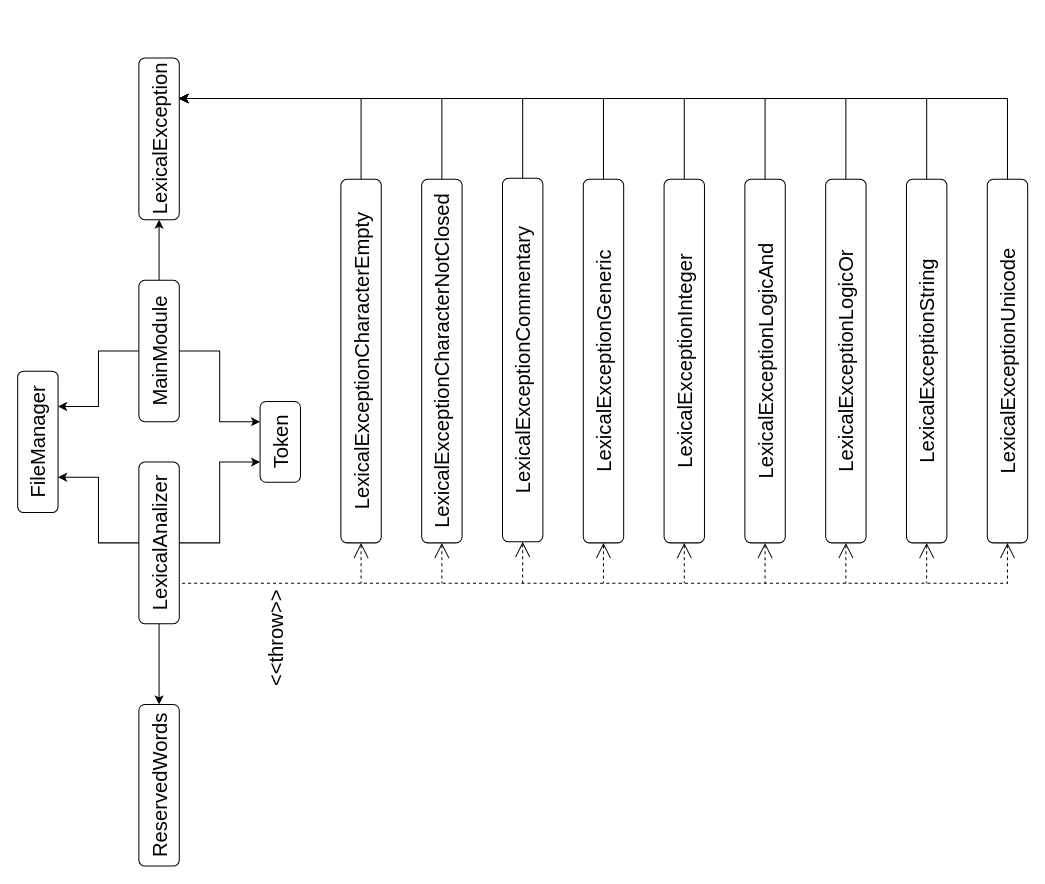
Before: Clases.drawio in MatiasEG/Proyecto_Compiladores, a draw.io diagram. Source tidied: cells renumbered, new cells numbered last; positions are measured from the earlier drawing's top-left corner, leaving out a move shared by most shapes. Both pictures are drawn from the tidied source at 101%, with x=0, y=0 at pixel (-33, -64).
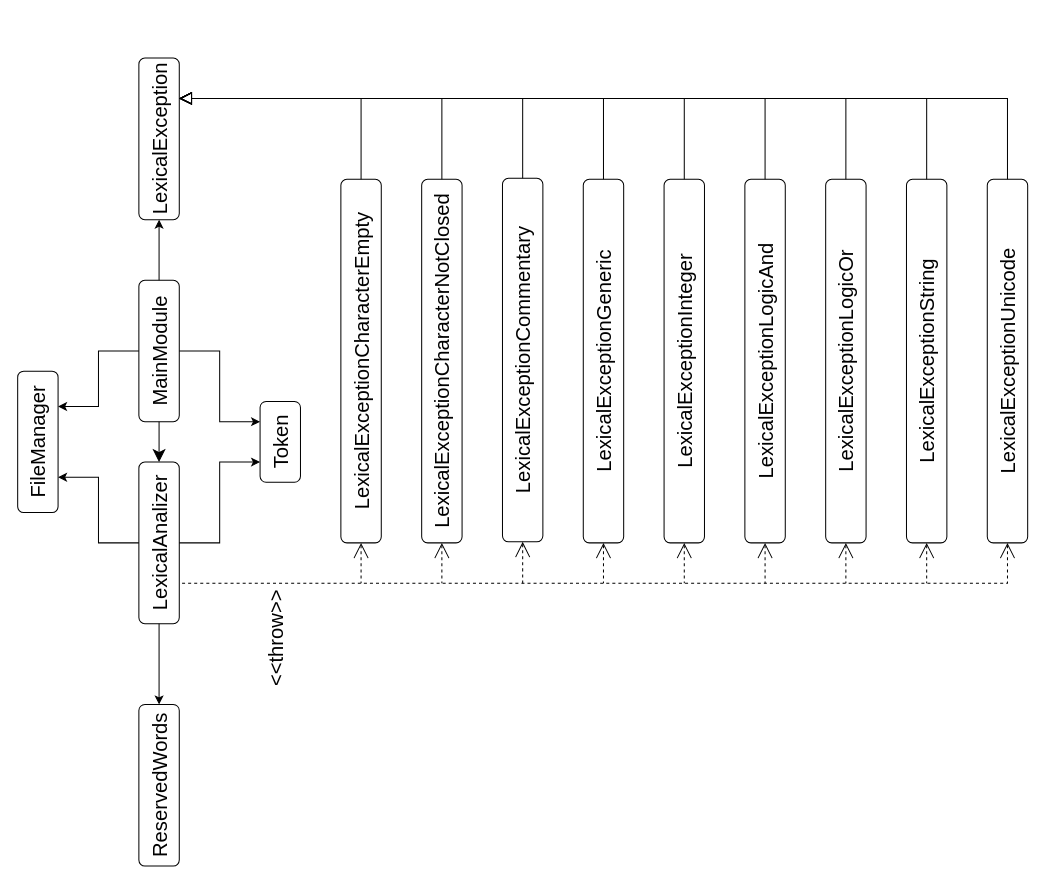
Above is the later version.

Unchanged cells that the change refers to:
```xml
<mxCell id="2" style="group;rotation=-90;" parent="1" vertex="1">
  <mxGeometry x="130" width="840" height="1000" as="geometry" />
</mxCell>
<mxCell id="4" value="LexicalAnalizer" style="rounded=1;whiteSpace=wrap;html=1;fontSize=20;rotation=-90;" parent="2" vertex="1">
  <mxGeometry x="-20" y="580" width="160" height="40" as="geometry" />
</mxCell>
<mxCell id="5" value="MainModule" style="rounded=1;whiteSpace=wrap;html=1;fontSize=20;rotation=-90;" parent="2" vertex="1">
  <mxGeometry x="-10" y="390" width="140" height="40" as="geometry" />
</mxCell>
<mxCell id="13" value="LexicalException" style="rounded=1;whiteSpace=wrap;html=1;fontSize=20;rotation=-90;" parent="2" vertex="1">
  <mxGeometry x="-20" y="180" width="160" height="40" as="geometry" />
</mxCell>
<mxCell id="14" value="LexicalExceptionCharacterEmpty" style="rounded=1;whiteSpace=wrap;html=1;fontSize=20;rotation=-90;" parent="2" vertex="1">
  <mxGeometry x="80" y="400" width="360" height="40" as="geometry" />
</mxCell>
<mxCell id="15" value="LexicalExceptionUnicode" style="rounded=1;whiteSpace=wrap;html=1;fontSize=20;rotation=-90;" parent="2" vertex="1">
  <mxGeometry x="720" y="400" width="360" height="40" as="geometry" />
</mxCell>
<mxCell id="16" value="LexicalExceptionString" style="rounded=1;whiteSpace=wrap;html=1;fontSize=20;rotation=-90;" parent="2" vertex="1">
  <mxGeometry x="640" y="400" width="360" height="40" as="geometry" />
</mxCell>
<mxCell id="17" value="LexicalExceptionLogicOr" style="rounded=1;whiteSpace=wrap;html=1;fontSize=20;rotation=-90;" parent="2" vertex="1">
  <mxGeometry x="560" y="400" width="360" height="40" as="geometry" />
</mxCell>
<mxCell id="18" value="LexicalExceptionLogicAnd" style="rounded=1;whiteSpace=wrap;html=1;fontSize=20;rotation=-90;" parent="2" vertex="1">
  <mxGeometry x="480" y="400" width="360" height="40" as="geometry" />
</mxCell>
<mxCell id="19" value="LexicalExceptionInteger" style="rounded=1;whiteSpace=wrap;html=1;fontSize=20;rotation=-90;" parent="2" vertex="1">
  <mxGeometry x="400" y="400" width="360" height="40" as="geometry" />
</mxCell>
<mxCell id="20" value="LexicalExceptionGeneric" style="rounded=1;whiteSpace=wrap;html=1;fontSize=20;rotation=-90;" parent="2" vertex="1">
  <mxGeometry x="320" y="400" width="360" height="40" as="geometry" />
</mxCell>
<mxCell id="21" value="LexicalExceptionCommentary" style="rounded=1;whiteSpace=wrap;html=1;fontSize=20;rotation=-90;" parent="2" vertex="1">
  <mxGeometry x="240" y="399" width="360" height="40" as="geometry" />
</mxCell>
<mxCell id="22" value="LexicalExceptionCharacterNotClosed" style="rounded=1;whiteSpace=wrap;html=1;fontSize=20;rotation=-90;" parent="2" vertex="1">
  <mxGeometry x="160" y="400" width="360" height="40" as="geometry" />
</mxCell>
```

Change to the diagram source:
```diff
@@
-    <mxCell id="34" style="endArrow=classic;html=1;rounded=0;fontSize=20;startSize=13;endSize=6;entryX=0.75;entryY=1;entryDx=0;entryDy=0;exitX=1;exitY=0.5;exitDx=0;exitDy=0;" parent="2" edge="1" source="14" target="13">
+    <mxCell id="34" style="endArrow=block;html=1;rounded=0;fontSize=20;startSize=13;endSize=10;exitX=1;exitY=0.5;exitDx=0;exitDy=0;endFill=0;entryX=0.75;entryY=1;entryDx=0;entryDy=0;" parent="2" edge="1" source="14" target="13">
       <mxGeometry relative="1" as="geometry">
         <Array as="points">
           <mxPoint x="260" y="160" />
         </Array>
       </mxGeometry>
     </mxCell>
-    <mxCell id="35" style="endArrow=classic;html=1;rounded=0;fontSize=20;startSize=13;endSize=6;entryX=0.75;entryY=1;entryDx=0;entryDy=0;exitX=1;exitY=0.5;exitDx=0;exitDy=0;" parent="2" edge="1" source="22" target="13">
+    <mxCell id="35" style="endArrow=block;html=1;rounded=0;fontSize=20;startSize=13;endSize=10;exitX=1;exitY=0.5;exitDx=0;exitDy=0;endFill=0;entryX=0.75;entryY=1;entryDx=0;entryDy=0;" parent="2" edge="1" source="22" target="13">
       <mxGeometry relative="1" as="geometry">
         <Array as="points">
           <mxPoint x="340" y="160" />
         </Array>
       </mxGeometry>
     </mxCell>
-    <mxCell id="36" style="endArrow=classic;html=1;rounded=0;fontSize=20;startSize=13;endSize=6;exitX=1;exitY=0.5;exitDx=0;exitDy=0;entryX=0.75;entryY=1;entryDx=0;entryDy=0;" parent="2" edge="1" source="21" target="13">
+    <mxCell id="36" style="endArrow=block;html=1;rounded=0;fontSize=20;startSize=13;endSize=10;exitX=1;exitY=0.5;exitDx=0;exitDy=0;endFill=0;entryX=0.75;entryY=1;entryDx=0;entryDy=0;" parent="2" edge="1" source="21" target="13">
       <mxGeometry relative="1" as="geometry">
         <Array as="points">
           <mxPoint x="420" y="160" />
         </Array>
       </mxGeometry>
     </mxCell>
-    <mxCell id="37" style="endArrow=classic;html=1;rounded=0;fontSize=20;startSize=13;endSize=6;entryX=0.75;entryY=1;entryDx=0;entryDy=0;exitX=1;exitY=0.5;exitDx=0;exitDy=0;" parent="2" edge="1" source="20" target="13">
+    <mxCell id="37" style="endArrow=block;html=1;rounded=0;fontSize=20;startSize=13;endSize=10;exitX=1;exitY=0.5;exitDx=0;exitDy=0;endFill=0;entryX=0.75;entryY=1;entryDx=0;entryDy=0;" parent="2" edge="1" source="20" target="13">
       <mxGeometry relative="1" as="geometry">
         <Array as="points">
           <mxPoint x="500" y="160" />
         </Array>
       </mxGeometry>
     </mxCell>
-    <mxCell id="38" style="endArrow=classic;html=1;rounded=0;fontSize=20;startSize=13;endSize=6;entryX=0.75;entryY=1;entryDx=0;entryDy=0;exitX=1;exitY=0.5;exitDx=0;exitDy=0;" parent="2" edge="1" source="18" target="13">
+    <mxCell id="38" style="endArrow=block;html=1;rounded=0;fontSize=20;startSize=13;endSize=10;exitX=1;exitY=0.5;exitDx=0;exitDy=0;endFill=0;entryX=0.75;entryY=1;entryDx=0;entryDy=0;" parent="2" edge="1" source="18" target="13">
       <mxGeometry relative="1" as="geometry">
         <Array as="points">
           <mxPoint x="660" y="160" />
         </Array>
       </mxGeometry>
     </mxCell>
-    <mxCell id="39" style="endArrow=classic;html=1;rounded=0;fontSize=20;startSize=13;endSize=6;exitX=1;exitY=0.5;exitDx=0;exitDy=0;entryX=0.75;entryY=1;entryDx=0;entryDy=0;" parent="2" edge="1" source="19" target="13">
+    <mxCell id="39" style="endArrow=block;html=1;rounded=0;fontSize=20;startSize=13;endSize=10;exitX=1;exitY=0.5;exitDx=0;exitDy=0;endFill=0;entryX=0.75;entryY=1;entryDx=0;entryDy=0;" parent="2" edge="1" source="19" target="13">
       <mxGeometry relative="1" as="geometry">
         <Array as="points">
           <mxPoint x="580" y="160" />
         </Array>
       </mxGeometry>
     </mxCell>
-    <mxCell id="40" style="endArrow=classic;html=1;rounded=0;fontSize=20;startSize=13;endSize=6;exitX=1;exitY=0.5;exitDx=0;exitDy=0;entryX=0.75;entryY=1;entryDx=0;entryDy=0;" parent="2" edge="1" source="17" target="13">
+    <mxCell id="40" style="endArrow=block;html=1;rounded=0;fontSize=20;startSize=13;endSize=10;exitX=1;exitY=0.5;exitDx=0;exitDy=0;endFill=0;entryX=0.75;entryY=1;entryDx=0;entryDy=0;" parent="2" edge="1" source="17" target="13">
       <mxGeometry relative="1" as="geometry">
         <Array as="points">
           <mxPoint x="740" y="160" />
         </Array>
       </mxGeometry>
     </mxCell>
-    <mxCell id="41" style="endArrow=classic;html=1;rounded=0;fontSize=20;startSize=13;endSize=6;entryX=0.75;entryY=1;entryDx=0;entryDy=0;exitX=1;exitY=0.5;exitDx=0;exitDy=0;" parent="2" edge="1" source="16" target="13">
+    <mxCell id="41" style="endArrow=block;html=1;rounded=0;fontSize=20;startSize=13;endSize=10;exitX=1;exitY=0.5;exitDx=0;exitDy=0;endFill=0;entryX=0.75;entryY=1;entryDx=0;entryDy=0;" parent="2" edge="1" source="16" target="13">
       <mxGeometry relative="1" as="geometry">
         <Array as="points">
           <mxPoint x="820" y="160" />
         </Array>
       </mxGeometry>
     </mxCell>
-    <mxCell id="42" style="endArrow=classic;html=1;rounded=0;fontSize=20;startSize=13;endSize=6;entryX=0.75;entryY=1;entryDx=0;entryDy=0;exitX=1;exitY=0.5;exitDx=0;exitDy=0;" parent="2" edge="1" source="15" target="13">
+    <mxCell id="42" style="endArrow=block;html=1;rounded=0;fontSize=20;startSize=13;endSize=10;exitX=1;exitY=0.5;exitDx=0;exitDy=0;endFill=0;entryX=0.75;entryY=1;entryDx=0;entryDy=0;" parent="2" edge="1" source="15" target="13">
       <mxGeometry relative="1" as="geometry">
         <Array as="points">
           <mxPoint x="900" y="160" />
         </Array>
       </mxGeometry>
     </mxCell>
+    <mxCell id="43" style="endArrow=classic;html=1;rounded=0;startSize=13;endSize=10;exitX=0;exitY=0.5;exitDx=0;exitDy=0;entryX=1;entryY=0.5;entryDx=0;entryDy=0;" parent="2" edge="1" source="5" target="4">
+      <mxGeometry relative="1" as="geometry" />
+    </mxCell>
```
